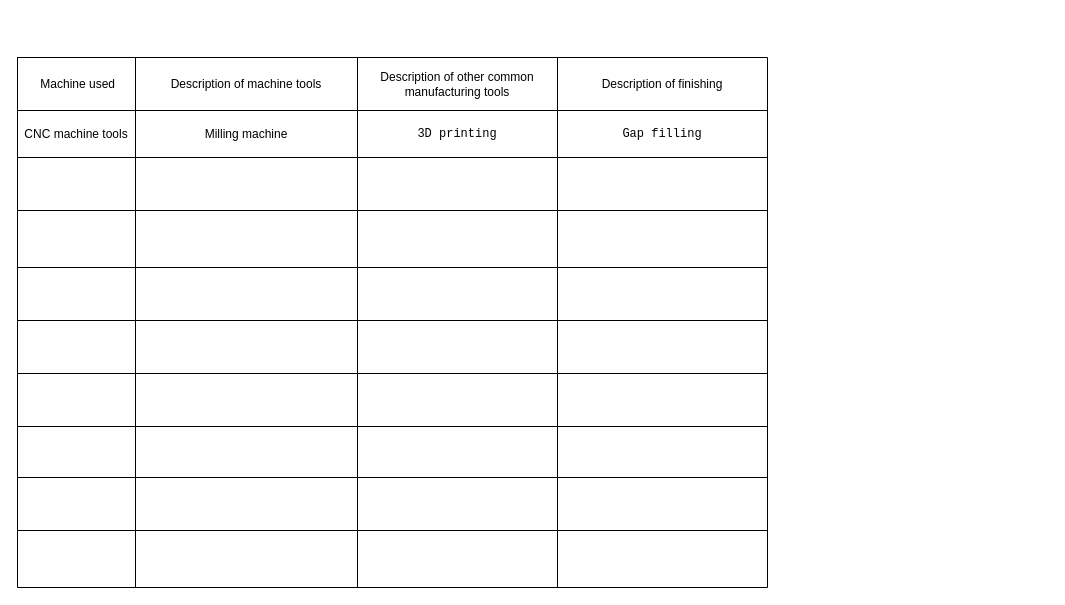
Before: Manufacturing technology.drawio in amerezoji1362/drawio-github, a draw.io diagram. Source tidied: cells renumbered, new cells numbered last; positions are measured from the earlier drawing's top-left corner, leaving out a move shared by most shapes. Both pictures are drawn from the tidied source at 100%, with x=0, y=0 at pixel (17, 57).
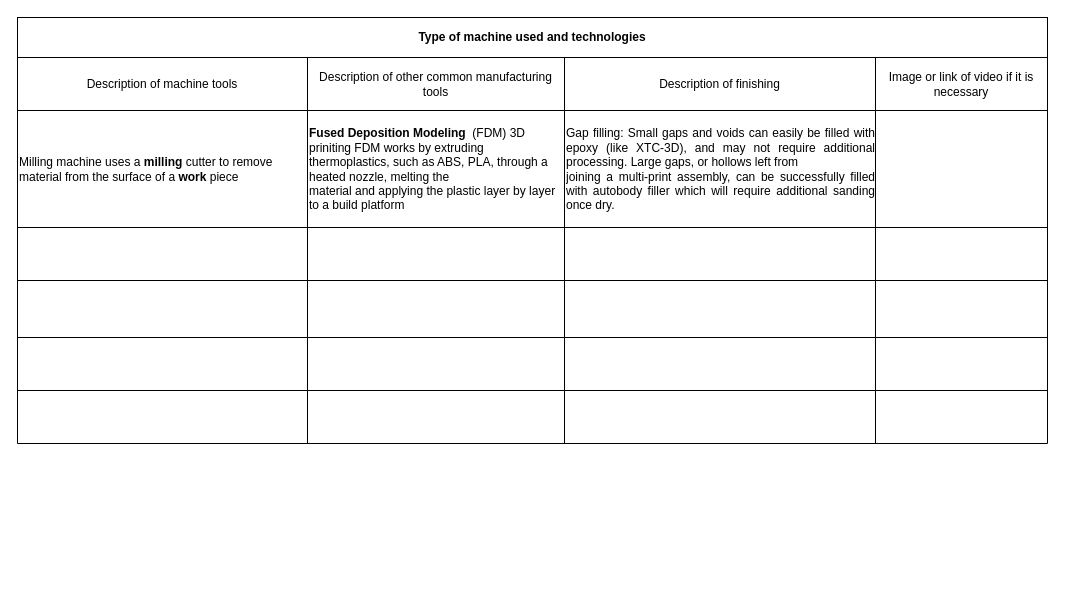
The same diagram, later.

Change to the diagram source:
```diff
@@
     <mxCell id="2" style="shape=table;startSize=0;childLayout=tableLayout;" parent="1" vertex="1">
-      <mxGeometry width="750" height="530" as="geometry" />
+      <mxGeometry width="1030" height="386" as="geometry" />
     </mxCell>
     <mxCell id="3" style="shape=partialRectangle;fillColor=none;top=0;left=0;bottom=0;right=0;" parent="2" vertex="1">
-      <mxGeometry width="750" height="53" as="geometry" />
+      <mxGeometry width="1030" height="53" as="geometry" />
     </mxCell>
-    <mxCell id="4" value="&amp;nbsp;Machine used" style="shape=partialRectangle;html=1;whiteSpace=wrap;overflow=hidden;fillColor=none;top=0;left=0;bottom=0;right=0;" parent="3" vertex="1">
-      <mxGeometry width="118" height="53" as="geometry" />
-    </mxCell>
     <mxCell id="5" value="Description of machine tools" style="shape=partialRectangle;html=1;whiteSpace=wrap;overflow=hidden;fillColor=none;top=0;left=0;bottom=0;right=0;" parent="3" vertex="1">
-      <mxGeometry x="118" width="222" height="53" as="geometry" />
+      <mxGeometry width="290" height="53" as="geometry" />
     </mxCell>
     <mxCell id="6" value="Description of other common manufacturing tools " style="shape=partialRectangle;html=1;whiteSpace=wrap;overflow=hidden;fillColor=none;top=0;left=0;bottom=0;right=0;" parent="3" vertex="1">
-      <mxGeometry x="340" width="200" height="53" as="geometry" />
+      <mxGeometry x="290" width="257" height="53" as="geometry" />
     </mxCell>
     <mxCell id="7" value="Description of finishing" style="shape=partialRectangle;html=1;whiteSpace=wrap;overflow=hidden;fillColor=none;top=0;left=0;bottom=0;right=0;" parent="3" vertex="1">
-      <mxGeometry x="540" width="210" height="53" as="geometry" />
+      <mxGeometry x="547" width="311" height="53" as="geometry" />
     </mxCell>
+    <mxCell id="53" value="Image or link of video if it is necessary" style="shape=partialRectangle;html=1;whiteSpace=wrap;overflow=hidden;fillColor=none;top=0;left=0;bottom=0;right=0;" parent="3" vertex="1">
+      <mxGeometry x="858" width="172" height="53" as="geometry" />
+    </mxCell>
     <mxCell id="8" style="shape=partialRectangle;fillColor=none;top=0;left=0;bottom=0;right=0;" parent="2" vertex="1">
-      <mxGeometry y="53" width="750" height="47" as="geometry" />
+      <mxGeometry y="53" width="1030" height="117" as="geometry" />
     </mxCell>
-    <mxCell id="9" value="CNC machine tools" style="shape=partialRectangle;html=1;whiteSpace=wrap;overflow=hidden;fillColor=none;top=0;left=0;bottom=0;right=0;" parent="8" vertex="1">
-      <mxGeometry width="118" height="47" as="geometry" />
-    </mxCell>
-    <mxCell id="10" value="Milling machine" style="shape=partialRectangle;html=1;whiteSpace=wrap;overflow=hidden;fillColor=none;top=0;left=0;bottom=0;right=0;" parent="8" vertex="1">
-      <mxGeometry x="118" width="222" height="47" as="geometry" />
+    <mxCell id="10" value="&lt;div align=&quot;left&quot;&gt;Milling machine &lt;span class=&quot;ILfuVd NA6bn&quot;&gt;&lt;span class=&quot;hgKElc&quot;&gt; uses a &lt;b&gt;milling&lt;/b&gt; cutter to remove material from the surface of a &lt;b&gt;work&lt;/b&gt; piece&lt;/span&gt;&lt;/span&gt;&lt;/div&gt;" style="shape=partialRectangle;html=1;whiteSpace=wrap;overflow=hidden;fillColor=none;top=0;left=0;bottom=0;right=0;align=left;" parent="8" vertex="1">
+      <mxGeometry width="290" height="117" as="geometry" />
     </mxCell>
-    <mxCell id="11" value="&lt;pre&gt;&lt;code&gt;3D printing&lt;/code&gt;&lt;/pre&gt;" style="shape=partialRectangle;html=1;whiteSpace=wrap;overflow=hidden;fillColor=none;top=0;left=0;bottom=0;right=0;" parent="8" vertex="1">
-      <mxGeometry x="340" width="200" height="47" as="geometry" />
+    <mxCell id="11" value="&lt;div align=&quot;left&quot;&gt;&lt;span class=&quot;ILfuVd NA6bn&quot;&gt;&lt;span class=&quot;hgKElc&quot;&gt;&lt;b&gt;Fused Deposition Modeling&amp;nbsp; &lt;/b&gt;&lt;/span&gt;&lt;/span&gt;(&lt;span class=&quot;ILfuVd NA6bn&quot;&gt;&lt;span class=&quot;hgKElc&quot;&gt;FDM) &lt;/span&gt;&lt;/span&gt;3D priniting &lt;span class=&quot;ILfuVd NA6bn&quot;&gt;&lt;span class=&quot;hgKElc&quot;&gt;FDM works by extruding &lt;/span&gt;&lt;/span&gt;&lt;span class=&quot;ILfuVd NA6bn&quot;&gt;&lt;span class=&quot;hgKElc&quot;&gt;thermoplastics, such as ABS, PLA, through a heated nozzle, melting the &lt;/span&gt;&lt;/span&gt;&lt;br&gt;&lt;span class=&quot;ILfuVd NA6bn&quot;&gt;&lt;span class=&quot;hgKElc&quot;&gt;material and applying the plastic layer by layer to a build platform&lt;/span&gt;&lt;/span&gt;&lt;/div&gt;" style="shape=partialRectangle;html=1;whiteSpace=wrap;overflow=hidden;fillColor=none;top=0;left=0;bottom=0;right=0;align=left;" parent="8" vertex="1">
+      <mxGeometry x="290" width="257" height="117" as="geometry" />
     </mxCell>
-    <mxCell id="12" value="&lt;pre&gt;&lt;code&gt;Gap filling&lt;/code&gt;&lt;/pre&gt;" style="shape=partialRectangle;html=1;whiteSpace=wrap;overflow=hidden;fillColor=none;top=0;left=0;bottom=0;right=0;" parent="8" vertex="1">
-      <mxGeometry x="540" width="210" height="47" as="geometry" />
+    <mxCell id="12" value="&lt;div align=&quot;justify&quot;&gt;Gap filling: Small gaps and voids can easily be filled with epoxy (like XTC-3D), and may not require additional processing. Large gaps, or hollows left from &lt;br&gt;joining a multi-print assembly, can be successfully filled with autobody filler which will require additional sanding once dry. &lt;/div&gt;" style="shape=partialRectangle;html=1;whiteSpace=wrap;overflow=hidden;fillColor=none;top=0;left=0;bottom=0;right=0;align=left;" parent="8" vertex="1">
+      <mxGeometry x="547" width="311" height="117" as="geometry" />
     </mxCell>
+    <mxCell id="54" style="shape=partialRectangle;html=1;whiteSpace=wrap;overflow=hidden;fillColor=none;top=0;left=0;bottom=0;right=0;" parent="8" vertex="1">
+      <mxGeometry x="858" width="172" height="117" as="geometry" />
+    </mxCell>
     <mxCell id="13" style="shape=partialRectangle;fillColor=none;top=0;left=0;bottom=0;right=0;" parent="2" vertex="1">
-      <mxGeometry y="100" width="750" height="53" as="geometry" />
+      <mxGeometry y="170" width="1030" height="53" as="geometry" />
     </mxCell>
-    <mxCell id="14" style="shape=partialRectangle;html=1;whiteSpace=wrap;overflow=hidden;fillColor=none;top=0;left=0;bottom=0;right=0;" parent="13" vertex="1">
-      <mxGeometry width="118" height="53" as="geometry" />
-    </mxCell>
     <mxCell id="15" style="shape=partialRectangle;html=1;whiteSpace=wrap;overflow=hidden;fillColor=none;top=0;left=0;bottom=0;right=0;" parent="13" vertex="1">
-      <mxGeometry x="118" width="222" height="53" as="geometry" />
+      <mxGeometry width="290" height="53" as="geometry" />
     </mxCell>
     <mxCell id="16" style="shape=partialRectangle;html=1;whiteSpace=wrap;overflow=hidden;fillColor=none;top=0;left=0;bottom=0;right=0;" parent="13" vertex="1">
-      <mxGeometry x="340" width="200" height="53" as="geometry" />
+      <mxGeometry x="290" width="257" height="53" as="geometry" />
     </mxCell>
     <mxCell id="17" style="shape=partialRectangle;html=1;whiteSpace=wrap;overflow=hidden;fillColor=none;top=0;left=0;bottom=0;right=0;" parent="13" vertex="1">
-      <mxGeometry x="540" width="210" height="53" as="geometry" />
+      <mxGeometry x="547" width="311" height="53" as="geometry" />
     </mxCell>
+    <mxCell id="55" style="shape=partialRectangle;html=1;whiteSpace=wrap;overflow=hidden;fillColor=none;top=0;left=0;bottom=0;right=0;" parent="13" vertex="1">
+      <mxGeometry x="858" width="172" height="53" as="geometry" />
+    </mxCell>
     <mxCell id="18" style="shape=partialRectangle;fillColor=none;top=0;left=0;bottom=0;right=0;" parent="2" vertex="1">
-      <mxGeometry y="153" width="750" height="57" as="geometry" />
+      <mxGeometry y="223" width="1030" height="57" as="geometry" />
     </mxCell>
-    <mxCell id="19" style="shape=partialRectangle;html=1;whiteSpace=wrap;overflow=hidden;fillColor=none;top=0;left=0;bottom=0;right=0;" parent="18" vertex="1">
-      <mxGeometry width="118" height="57" as="geometry" />
-    </mxCell>
     <mxCell id="20" style="shape=partialRectangle;html=1;whiteSpace=wrap;overflow=hidden;fillColor=none;top=0;left=0;bottom=0;right=0;" parent="18" vertex="1">
-      <mxGeometry x="118" width="222" height="57" as="geometry" />
+      <mxGeometry width="290" height="57" as="geometry" />
     </mxCell>
     <mxCell id="21" style="shape=partialRectangle;html=1;whiteSpace=wrap;overflow=hidden;fillColor=none;top=0;left=0;bottom=0;right=0;" parent="18" vertex="1">
-      <mxGeometry x="340" width="200" height="57" as="geometry" />
+      <mxGeometry x="290" width="257" height="57" as="geometry" />
     </mxCell>
     <mxCell id="22" style="shape=partialRectangle;html=1;whiteSpace=wrap;overflow=hidden;fillColor=none;top=0;left=0;bottom=0;right=0;" parent="18" vertex="1">
-      <mxGeometry x="540" width="210" height="57" as="geometry" />
+      <mxGeometry x="547" width="311" height="57" as="geometry" />
     </mxCell>
+    <mxCell id="56" style="shape=partialRectangle;html=1;whiteSpace=wrap;overflow=hidden;fillColor=none;top=0;left=0;bottom=0;right=0;" parent="18" vertex="1">
+      <mxGeometry x="858" width="172" height="57" as="geometry" />
+    </mxCell>
     <mxCell id="23" style="shape=partialRectangle;fillColor=none;top=0;left=0;bottom=0;right=0;" parent="2" vertex="1">
-      <mxGeometry y="210" width="750" height="53" as="geometry" />
+      <mxGeometry y="280" width="1030" height="53" as="geometry" />
     </mxCell>
-    <mxCell id="24" style="shape=partialRectangle;html=1;whiteSpace=wrap;overflow=hidden;fillColor=none;top=0;left=0;bottom=0;right=0;" parent="23" vertex="1">
-      <mxGeometry width="118" height="53" as="geometry" />
-    </mxCell>
     <mxCell id="25" style="shape=partialRectangle;html=1;whiteSpace=wrap;overflow=hidden;fillColor=none;top=0;left=0;bottom=0;right=0;" parent="23" vertex="1">
-      <mxGeometry x="118" width="222" height="53" as="geometry" />
+      <mxGeometry width="290" height="53" as="geometry" />
     </mxCell>
     <mxCell id="26" style="shape=partialRectangle;html=1;whiteSpace=wrap;overflow=hidden;fillColor=none;top=0;left=0;bottom=0;right=0;" parent="23" vertex="1">
-      <mxGeometry x="340" width="200" height="53" as="geometry" />
+      <mxGeometry x="290" width="257" height="53" as="geometry" />
     </mxCell>
     <mxCell id="27" style="shape=partialRectangle;html=1;whiteSpace=wrap;overflow=hidden;fillColor=none;top=0;left=0;bottom=0;right=0;" parent="23" vertex="1">
-      <mxGeometry x="540" width="210" height="53" as="geometry" />
+      <mxGeometry x="547" width="311" height="53" as="geometry" />
     </mxCell>
+    <mxCell id="57" style="shape=partialRectangle;html=1;whiteSpace=wrap;overflow=hidden;fillColor=none;top=0;left=0;bottom=0;right=0;" parent="23" vertex="1">
+      <mxGeometry x="858" width="172" height="53" as="geometry" />
+    </mxCell>
     <mxCell id="28" style="shape=partialRectangle;fillColor=none;top=0;left=0;bottom=0;right=0;" parent="2" vertex="1">
-      <mxGeometry y="263" width="750" height="53" as="geometry" />
+      <mxGeometry y="333" width="1030" height="53" as="geometry" />
     </mxCell>
-    <mxCell id="29" style="shape=partialRectangle;html=1;whiteSpace=wrap;overflow=hidden;fillColor=none;top=0;left=0;bottom=0;right=0;" parent="28" vertex="1">
-      <mxGeometry width="118" height="53" as="geometry" />
-    </mxCell>
     <mxCell id="30" style="shape=partialRectangle;html=1;whiteSpace=wrap;overflow=hidden;fillColor=none;top=0;left=0;bottom=0;right=0;" parent="28" vertex="1">
-      <mxGeometry x="118" width="222" height="53" as="geometry" />
+      <mxGeometry width="290" height="53" as="geometry" />
     </mxCell>
     <mxCell id="31" style="shape=partialRectangle;html=1;whiteSpace=wrap;overflow=hidden;fillColor=none;top=0;left=0;bottom=0;right=0;" parent="28" vertex="1">
-      <mxGeometry x="340" width="200" height="53" as="geometry" />
+      <mxGeometry x="290" width="257" height="53" as="geometry" />
     </mxCell>
     <mxCell id="32" style="shape=partialRectangle;html=1;whiteSpace=wrap;overflow=hidden;fillColor=none;top=0;left=0;bottom=0;right=0;" parent="28" vertex="1">
-      <mxGeometry x="540" width="210" height="53" as="geometry" />
+      <mxGeometry x="547" width="311" height="53" as="geometry" />
     </mxCell>
-    <mxCell id="33" style="shape=partialRectangle;fillColor=none;top=0;left=0;bottom=0;right=0;" parent="2" vertex="1">
-      <mxGeometry y="316" width="750" height="53" as="geometry" />
-    </mxCell>
-    <mxCell id="34" style="shape=partialRectangle;html=1;whiteSpace=wrap;overflow=hidden;fillColor=none;top=0;left=0;bottom=0;right=0;" parent="33" vertex="1">
-      <mxGeometry width="118" height="53" as="geometry" />
-    </mxCell>
-    <mxCell id="35" style="shape=partialRectangle;html=1;whiteSpace=wrap;overflow=hidden;fillColor=none;top=0;left=0;bottom=0;right=0;" parent="33" vertex="1">
-      <mxGeometry x="118" width="222" height="53" as="geometry" />
-    </mxCell>
-    <mxCell id="36" style="shape=partialRectangle;html=1;whiteSpace=wrap;overflow=hidden;fillColor=none;top=0;left=0;bottom=0;right=0;" parent="33" vertex="1">
-      <mxGeometry x="340" width="200" height="53" as="geometry" />
-    </mxCell>
-    <mxCell id="37" style="shape=partialRectangle;html=1;whiteSpace=wrap;overflow=hidden;fillColor=none;top=0;left=0;bottom=0;right=0;" parent="33" vertex="1">
-      <mxGeometry x="540" width="210" height="53" as="geometry" />
-    </mxCell>
-    <mxCell id="38" style="shape=partialRectangle;fillColor=none;top=0;left=0;bottom=0;right=0;" parent="2" vertex="1">
-      <mxGeometry y="369" width="750" height="51" as="geometry" />
-    </mxCell>
-    <mxCell id="39" style="shape=partialRectangle;html=1;whiteSpace=wrap;overflow=hidden;fillColor=none;top=0;left=0;bottom=0;right=0;" parent="38" vertex="1">
-      <mxGeometry width="118" height="51" as="geometry" />
-    </mxCell>
-    <mxCell id="40" style="shape=partialRectangle;html=1;whiteSpace=wrap;overflow=hidden;fillColor=none;top=0;left=0;bottom=0;right=0;" parent="38" vertex="1">
-      <mxGeometry x="118" width="222" height="51" as="geometry" />
-    </mxCell>
-    <mxCell id="41" style="shape=partialRectangle;html=1;whiteSpace=wrap;overflow=hidden;fillColor=none;top=0;left=0;bottom=0;right=0;" parent="38" vertex="1">
-      <mxGeometry x="340" width="200" height="51" as="geometry" />
-    </mxCell>
-    <mxCell id="42" style="shape=partialRectangle;html=1;whiteSpace=wrap;overflow=hidden;fillColor=none;top=0;left=0;bottom=0;right=0;" parent="38" vertex="1">
-      <mxGeometry x="540" width="210" height="51" as="geometry" />
-    </mxCell>
-    <mxCell id="43" style="shape=partialRectangle;fillColor=none;top=0;left=0;bottom=0;right=0;" parent="2" vertex="1">
-      <mxGeometry y="420" width="750" height="53" as="geometry" />
-    </mxCell>
-    <mxCell id="44" style="shape=partialRectangle;html=1;whiteSpace=wrap;overflow=hidden;fillColor=none;top=0;left=0;bottom=0;right=0;" parent="43" vertex="1">
-      <mxGeometry width="118" height="53" as="geometry" />
-    </mxCell>
-    <mxCell id="45" style="shape=partialRectangle;html=1;whiteSpace=wrap;overflow=hidden;fillColor=none;top=0;left=0;bottom=0;right=0;" parent="43" vertex="1">
-      <mxGeometry x="118" width="222" height="53" as="geometry" />
-    </mxCell>
-    <mxCell id="46" style="shape=partialRectangle;html=1;whiteSpace=wrap;overflow=hidden;fillColor=none;top=0;left=0;bottom=0;right=0;" parent="43" vertex="1">
-      <mxGeometry x="340" width="200" height="53" as="geometry" />
-    </mxCell>
-    <mxCell id="47" style="shape=partialRectangle;html=1;whiteSpace=wrap;overflow=hidden;fillColor=none;top=0;left=0;bottom=0;right=0;" parent="43" vertex="1">
-      <mxGeometry x="540" width="210" height="53" as="geometry" />
-    </mxCell>
-    <mxCell id="48" style="shape=partialRectangle;fillColor=none;top=0;left=0;bottom=0;right=0;" parent="2" vertex="1">
-      <mxGeometry y="473" width="750" height="57" as="geometry" />
-    </mxCell>
-    <mxCell id="49" style="shape=partialRectangle;html=1;whiteSpace=wrap;overflow=hidden;fillColor=none;top=0;left=0;bottom=0;right=0;" parent="48" vertex="1">
-      <mxGeometry width="118" height="57" as="geometry" />
-    </mxCell>
-    <mxCell id="50" style="shape=partialRectangle;html=1;whiteSpace=wrap;overflow=hidden;fillColor=none;top=0;left=0;bottom=0;right=0;" parent="48" vertex="1">
-      <mxGeometry x="118" width="222" height="57" as="geometry" />
-    </mxCell>
-    <mxCell id="51" style="shape=partialRectangle;html=1;whiteSpace=wrap;overflow=hidden;fillColor=none;top=0;left=0;bottom=0;right=0;" parent="48" vertex="1">
-      <mxGeometry x="340" width="200" height="57" as="geometry" />
-    </mxCell>
-    <mxCell id="52" style="shape=partialRectangle;html=1;whiteSpace=wrap;overflow=hidden;fillColor=none;top=0;left=0;bottom=0;right=0;" parent="48" vertex="1">
-      <mxGeometry x="540" width="210" height="57" as="geometry" />
-    </mxCell>
+    <mxCell id="58" style="shape=partialRectangle;html=1;whiteSpace=wrap;overflow=hidden;fillColor=none;top=0;left=0;bottom=0;right=0;" parent="28" vertex="1">
+      <mxGeometry x="858" width="172" height="53" as="geometry" />
+    </mxCell>
+    <mxCell id="59" value="&lt;b&gt;Type of machine used and technologies&lt;/b&gt;" style="rounded=0;whiteSpace=wrap;html=1;" parent="1" vertex="1">
+      <mxGeometry y="-40" width="1030" height="40" as="geometry" />
+    </mxCell>
```
